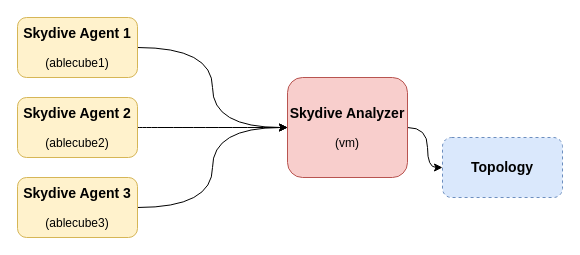
Above: page "skydive 구조" (1 of 2) of skydive.drawio in stardom3645/wiki (draw.io), before the change. Source tidied: cells renumbered, new cells numbered last; positions are measured from the earlier drawing's top-left corner, leaving out a move shared by most shapes. Both pictures are drawn from the tidied source at 100%, with x=0, y=0 at pixel (17, 17).
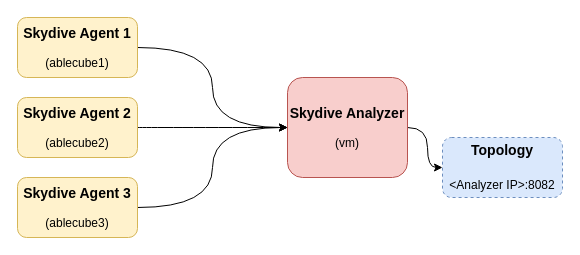
The same page after the edit.

What changed in the source:
```diff
@@
 <mxGraphModel>
   <root>
     <mxCell id="0" />
     <mxCell id="1" parent="0" />
     <mxCell id="2" style="edgeStyle=orthogonalEdgeStyle;jettySize=auto;html=1;exitX=1;exitY=0.5;exitDx=0;exitDy=0;entryX=0;entryY=0.5;entryDx=0;entryDy=0;curved=1;" parent="1" edge="1" source="3" target="9">
       <mxGeometry relative="1" as="geometry" />
     </mxCell>
     <mxCell id="3" value="&lt;font style=&quot;font-size: 14px&quot;&gt;&lt;b&gt;Skydive Agent 1&lt;/b&gt;&lt;/font&gt;&lt;br&gt;&lt;br&gt;(ablecube1)" style="rounded=1;whiteSpace=wrap;html=1;fillColor=#fff2cc;strokeColor=#d6b656;" parent="1" vertex="1">
       <mxGeometry width="120" height="60" as="geometry" />
     </mxCell>
     <mxCell id="4" style="edgeStyle=orthogonalEdgeStyle;jettySize=auto;html=1;exitX=1;exitY=0.5;exitDx=0;exitDy=0;entryX=0;entryY=0.5;entryDx=0;entryDy=0;curved=1;" parent="1" edge="1" source="5" target="9">
       <mxGeometry relative="1" as="geometry" />
     </mxCell>
     <mxCell id="5" value="&lt;font style=&quot;font-size: 14px&quot;&gt;&lt;b&gt;Skydive Agent 2&lt;/b&gt;&lt;/font&gt;&lt;br&gt;&lt;br&gt;(ablecube2)" style="rounded=1;whiteSpace=wrap;html=1;fillColor=#fff2cc;strokeColor=#d6b656;" parent="1" vertex="1">
       <mxGeometry y="80" width="120" height="60" as="geometry" />
     </mxCell>
     <mxCell id="6" style="edgeStyle=orthogonalEdgeStyle;jettySize=auto;html=1;exitX=1;exitY=0.5;exitDx=0;exitDy=0;entryX=0;entryY=0.5;entryDx=0;entryDy=0;curved=1;" parent="1" edge="1" source="7" target="9">
       <mxGeometry relative="1" as="geometry" />
     </mxCell>
     <mxCell id="7" value="&lt;font style=&quot;font-size: 14px&quot;&gt;&lt;b&gt;Skydive Agent 3&lt;/b&gt;&lt;/font&gt;&lt;br&gt;&lt;br&gt;(ablecube3)" style="rounded=1;whiteSpace=wrap;html=1;fillColor=#fff2cc;strokeColor=#d6b656;" parent="1" vertex="1">
       <mxGeometry y="160" width="120" height="60" as="geometry" />
     </mxCell>
     <mxCell id="8" style="edgeStyle=orthogonalEdgeStyle;curved=1;jettySize=auto;html=1;" parent="1" edge="1" source="9" target="10">
       <mxGeometry relative="1" as="geometry" />
     </mxCell>
     <mxCell id="9" value="&lt;font style=&quot;font-size: 14px&quot;&gt;&lt;b&gt;Skydive Analyzer&lt;/b&gt;&lt;/font&gt;&lt;br&gt;&lt;br&gt;(vm)" style="rounded=1;whiteSpace=wrap;html=1;fillColor=#f8cecc;strokeColor=#b85450;" parent="1" vertex="1">
       <mxGeometry x="270" y="60" width="120" height="100" as="geometry" />
     </mxCell>
-    <mxCell id="10" value="&lt;font style=&quot;font-size: 14px&quot;&gt;&lt;b&gt;Topology&lt;/b&gt;&lt;/font&gt;" style="rounded=1;whiteSpace=wrap;html=1;fillColor=#dae8fc;strokeColor=#6c8ebf;dashed=1;" parent="1" vertex="1">
+    <mxCell id="10" value="&lt;font style=&quot;font-size: 14px&quot;&gt;&lt;b&gt;Topology&lt;br&gt;&lt;br&gt;&lt;/b&gt;&lt;span style=&quot;font-size: 12px&quot;&gt;&amp;lt;Analyzer IP&amp;gt;:8082&lt;/span&gt;&lt;b&gt;&lt;br&gt;&lt;/b&gt;&lt;/font&gt;" style="rounded=1;whiteSpace=wrap;html=1;fillColor=#dae8fc;strokeColor=#6c8ebf;dashed=1;" parent="1" vertex="1">
       <mxGeometry x="425" y="120" width="120" height="60" as="geometry" />
     </mxCell>
   </root>
 </mxGraphModel>
```
